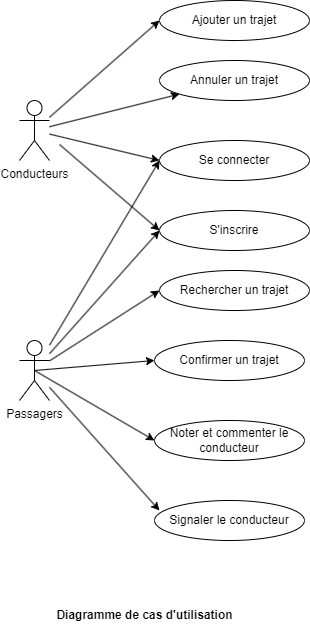
The draw.io diagram assets/diagramme_de_cas_d_utilisation.png in Jude200/tp_genie_logiciel, before a commit. Source tidied: cells renumbered, new cells last; positions are measured from the earlier drawing's top-left corner, leaving out a move shared by most shapes.
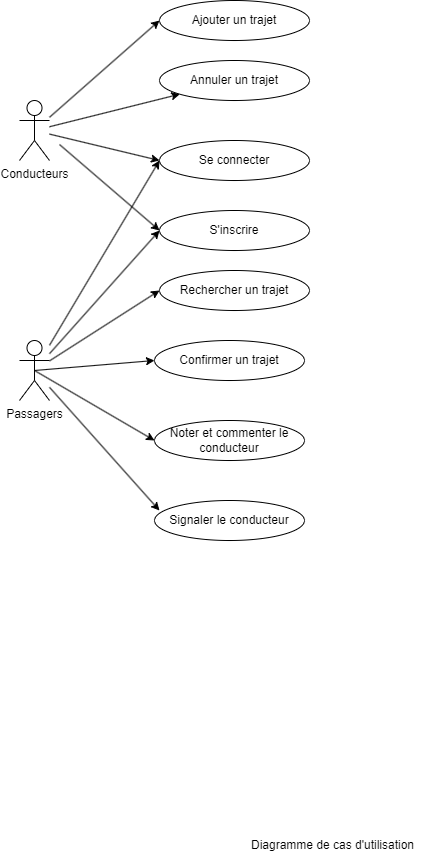
Above is the later version.

Diff of the diagram source:
```diff
@@ -55,8 +55,8 @@
         <mxPoint x="40" y="144" as="sourcePoint" />
       </mxGeometry>
     </mxCell>
-    <mxCell id="19" value="&lt;b&gt;Diagramme de cas d'utilisation&lt;/b&gt;" style="text;html=1;align=center;verticalAlign=middle;strokeColor=none;fillColor=none;fontSize=12;fontFamily=Helvetica;fontColor=default;" parent="1" vertex="1">
-      <mxGeometry x="25" y="600" width="200" height="30" as="geometry" />
+    <mxCell id="19" value="Diagramme de cas d'utilisation" style="text;html=1;align=center;verticalAlign=middle;strokeColor=none;fillColor=none;fontSize=12;fontFamily=Helvetica;fontColor=default;" parent="1" vertex="1">
+      <mxGeometry x="218" y="830" width="190" height="30" as="geometry" />
     </mxCell>
     <mxCell id="20" style="endArrow=classic;html=1;rounded=0;fontFamily=Helvetica;fontSize=12;fontColor=default;entryX=0;entryY=0.5;entryDx=0;entryDy=0;exitX=0.5;exitY=0.5;exitDx=0;exitDy=0;exitPerimeter=0;" parent="1" edge="1" source="2" target="10">
       <mxGeometry relative="1" as="geometry" />
```
